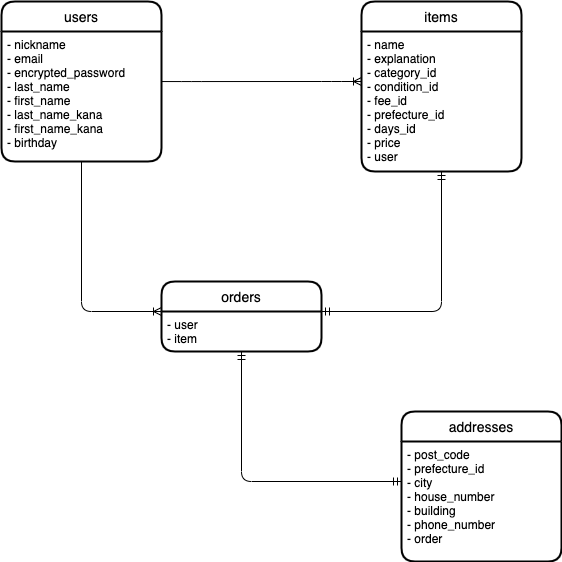
orange-soba/furima-39531 keeps this draw.io diagram as ERdiagram.drawio.png. Above is the earlier version. Source tidied: cells renumbered, new cells last; positions are measured from the earlier drawing's top-left corner, leaving out a move shared by most shapes.
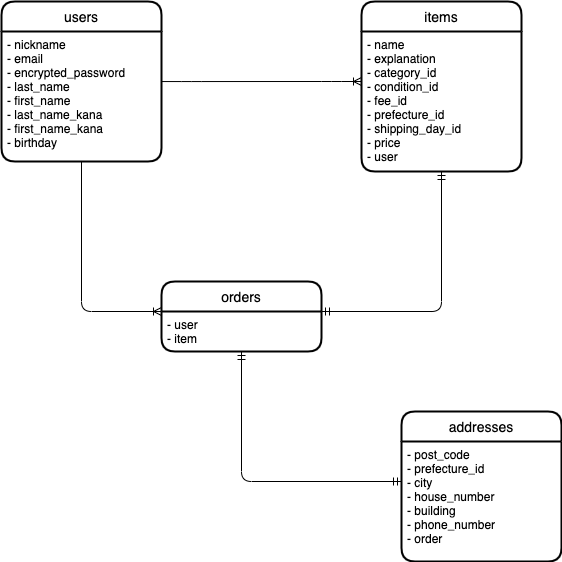
After the commit.

Commit message:
AvtiveHashに関係するカラム名の修正

Diff of the diagram source:
```diff
@@ -11,7 +11,7 @@
     <mxCell id="4" value="items" style="swimlane;horizontal=1;startSize=30;rounded=1;fontSize=14;fontStyle=0;strokeWidth=2;shadow=0;dashed=0;align=center;" parent="1" vertex="1">
       <mxGeometry x="360" width="160" height="170" as="geometry" />
     </mxCell>
-    <mxCell id="5" value="- name&#10;- explanation&#10;- category_id&#10;- condition_id&#10;- fee_id&#10;- prefecture_id&#10;- days_id&#10;- price&#10;- user" style="align=left;strokeColor=none;fillColor=none;spacingLeft=4;fontSize=12;verticalAlign=top;" parent="4" vertex="1">
+    <mxCell id="5" value="- name&#10;- explanation&#10;- category_id&#10;- condition_id&#10;- fee_id&#10;- prefecture_id&#10;- shipping_day_id&#10;- price&#10;- user" style="align=left;strokeColor=none;fillColor=none;spacingLeft=4;fontSize=12;verticalAlign=top;" parent="4" vertex="1">
       <mxGeometry y="30" width="160" height="140" as="geometry" />
     </mxCell>
     <mxCell id="6" style="edgeStyle=entityRelationEdgeStyle;fontSize=12;html=1;endArrow=ERoneToMany;exitX=1;exitY=0.385;exitDx=0;exitDy=0;exitPerimeter=0;" parent="1" edge="1" source="3">
```
